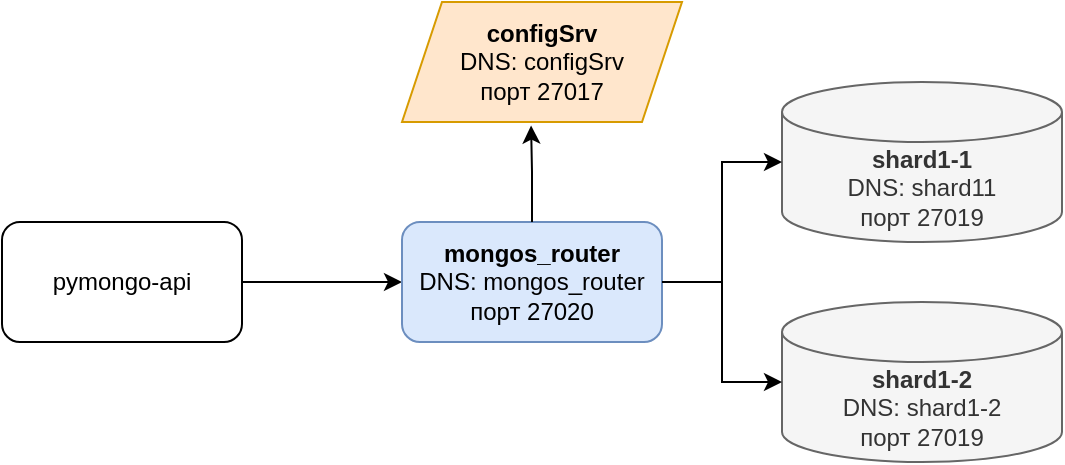
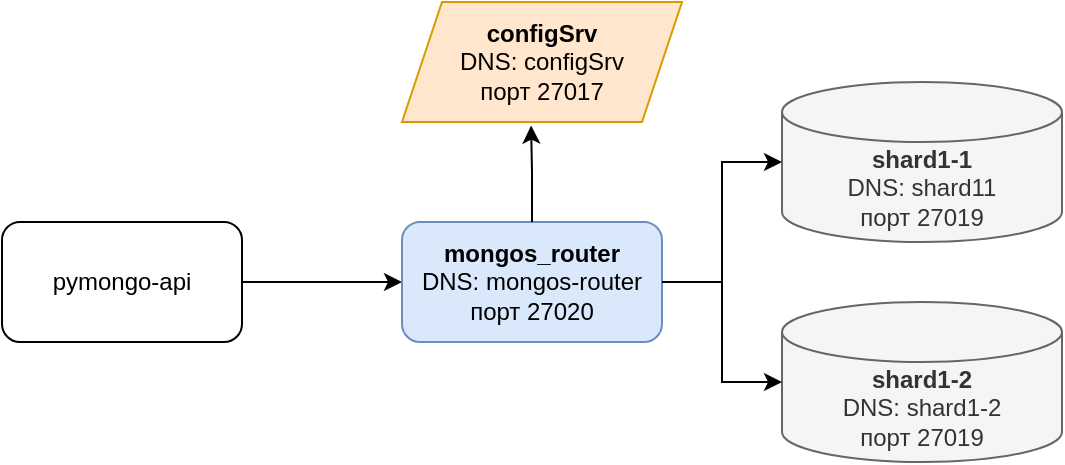
- <mxfile host="app.diagrams.net" agent="Mozilla/5.0 (Macintosh; Intel Mac OS X 10_15_7) AppleWebKit/537.36 (KHTML, like Gecko) draw.io/24.6.4 Chrome/124.0.6367.207 Electron/30.0.6 Safari/537.36">
-   <diagram name="Page-1" id="-H_mtQnk-PTXWXPvYvuk">
-     <mxGraphModel dx="959" dy="601" grid="1" gridSize="10" guides="1" tooltips="1" connect="1" arrows="1" fold="1" page="1" pageScale="1" pageWidth="1169" pageHeight="827" math="0" shadow="0">
-       <root>
-         <mxCell id="0" />
-         <mxCell id="1" parent="0" />
-         <mxCell id="zA23MoTUsTF4_91t8viU-3" parent="1" style="rounded=1;whiteSpace=wrap;html=1;labelBackgroundColor=none;" value="pymongo-api" vertex="1">
-           <mxGeometry height="60" width="120" x="360" y="320" as="geometry" />
-         </mxCell>
-         <mxCell id="zA23MoTUsTF4_91t8viU-4" edge="1" parent="1" source="zA23MoTUsTF4_91t8viU-3" style="edgeStyle=orthogonalEdgeStyle;rounded=0;orthogonalLoop=1;jettySize=auto;html=1;exitX=1;exitY=0.5;exitDx=0;exitDy=0;entryX=0;entryY=0.5;entryDx=0;entryDy=0;labelBackgroundColor=none;fontColor=default;" target="eBS_vQCZx7JN7miT-C1--2">
-           <mxGeometry relative="1" as="geometry">
-             <mxPoint x="560" y="320" as="targetPoint" />
-           </mxGeometry>
-         </mxCell>
-         <mxCell id="eBS_vQCZx7JN7miT-C1--2" parent="1" style="rounded=1;whiteSpace=wrap;html=1;labelBackgroundColor=none;fillColor=#dae8fc;strokeColor=#6c8ebf;" value="&lt;b&gt;mongos_router&lt;/b&gt;&lt;br&gt;DNS: mongos_router&lt;br&gt;порт 27020" vertex="1">
-           <mxGeometry height="60" width="130" x="560" y="320" as="geometry" />
-         </mxCell>
-         <mxCell id="eBS_vQCZx7JN7miT-C1--5" parent="1" style="shape=parallelogram;perimeter=parallelogramPerimeter;whiteSpace=wrap;html=1;fixedSize=1;labelBackgroundColor=none;fillColor=#ffe6cc;strokeColor=#d79b00;" value="&lt;b&gt;configSrv&lt;/b&gt;&lt;br&gt;DNS: configSrv&lt;br&gt;порт 27017" vertex="1">
-           <mxGeometry height="60" width="140" x="560" y="210" as="geometry" />
-         </mxCell>
-         <mxCell id="eBS_vQCZx7JN7miT-C1--6" edge="1" parent="1" source="eBS_vQCZx7JN7miT-C1--2" style="edgeStyle=orthogonalEdgeStyle;rounded=0;orthogonalLoop=1;jettySize=auto;html=1;entryX=0.461;entryY=1.03;entryDx=0;entryDy=0;entryPerimeter=0;labelBackgroundColor=none;fontColor=default;" target="eBS_vQCZx7JN7miT-C1--5">
-           <mxGeometry relative="1" as="geometry" />
-         </mxCell>
-         <mxCell id="eBS_vQCZx7JN7miT-C1--7" parent="1" style="shape=cylinder3;whiteSpace=wrap;html=1;boundedLbl=1;backgroundOutline=1;size=15;labelBackgroundColor=none;fillColor=#f5f5f5;fontColor=#333333;strokeColor=#666666;" value="&lt;b&gt;shard1-2&lt;br&gt;&lt;/b&gt;DNS: shard1-2&lt;br&gt;порт 27019" vertex="1">
-           <mxGeometry height="80" width="140" x="750" y="360" as="geometry" />
-         </mxCell>
-         <mxCell id="eBS_vQCZx7JN7miT-C1--8" parent="1" style="shape=cylinder3;whiteSpace=wrap;html=1;boundedLbl=1;backgroundOutline=1;size=15;labelBackgroundColor=none;fillColor=#f5f5f5;fontColor=#333333;strokeColor=#666666;" value="&lt;b&gt;shard1-1&lt;/b&gt;&lt;br&gt;DNS: shard11&lt;br&gt;порт 27019" vertex="1">
-           <mxGeometry height="80" width="140" x="750" y="250" as="geometry" />
-         </mxCell>
-         <mxCell id="eBS_vQCZx7JN7miT-C1--9" edge="1" parent="1" source="eBS_vQCZx7JN7miT-C1--2" style="edgeStyle=orthogonalEdgeStyle;rounded=0;orthogonalLoop=1;jettySize=auto;html=1;entryX=0;entryY=0.5;entryDx=0;entryDy=0;entryPerimeter=0;labelBackgroundColor=none;fontColor=default;" target="eBS_vQCZx7JN7miT-C1--8">
-           <mxGeometry relative="1" as="geometry" />
-         </mxCell>
-         <mxCell id="eBS_vQCZx7JN7miT-C1--10" edge="1" parent="1" source="eBS_vQCZx7JN7miT-C1--2" style="edgeStyle=orthogonalEdgeStyle;rounded=0;orthogonalLoop=1;jettySize=auto;html=1;exitX=1;exitY=0.5;exitDx=0;exitDy=0;entryX=0;entryY=0.5;entryDx=0;entryDy=0;entryPerimeter=0;labelBackgroundColor=none;fontColor=default;" target="eBS_vQCZx7JN7miT-C1--7">
-           <mxGeometry relative="1" as="geometry" />
-         </mxCell>
-       </root>
-     </mxGraphModel>
-   </diagram>
- </mxfile>
+ <mxfile host="65bd71144e">
+     <diagram name="Page-1" id="-H_mtQnk-PTXWXPvYvuk">
+         <mxGraphModel dx="187" dy="129" grid="1" gridSize="10" guides="1" tooltips="1" connect="1" arrows="1" fold="1" page="1" pageScale="1" pageWidth="1169" pageHeight="827" math="0" shadow="0">
+             <root>
+                 <mxCell id="0"/>
+                 <mxCell id="1" parent="0"/>
+                 <mxCell id="zA23MoTUsTF4_91t8viU-3" value="pymongo-api" style="rounded=1;whiteSpace=wrap;html=1;labelBackgroundColor=none;" parent="1" vertex="1">
+                     <mxGeometry x="360" y="320" width="120" height="60" as="geometry"/>
+                 </mxCell>
+                 <mxCell id="zA23MoTUsTF4_91t8viU-4" style="edgeStyle=orthogonalEdgeStyle;rounded=0;orthogonalLoop=1;jettySize=auto;html=1;exitX=1;exitY=0.5;exitDx=0;exitDy=0;entryX=0;entryY=0.5;entryDx=0;entryDy=0;labelBackgroundColor=none;fontColor=default;" parent="1" source="zA23MoTUsTF4_91t8viU-3" target="eBS_vQCZx7JN7miT-C1--2" edge="1">
+                     <mxGeometry relative="1" as="geometry">
+                         <mxPoint x="560" y="320" as="targetPoint"/>
+                     </mxGeometry>
+                 </mxCell>
+                 <mxCell id="eBS_vQCZx7JN7miT-C1--2" value="&lt;b&gt;mongos_router&lt;/b&gt;&lt;br&gt;DNS: mongos-router&lt;br&gt;порт 27020" style="rounded=1;whiteSpace=wrap;html=1;labelBackgroundColor=none;fillColor=#dae8fc;strokeColor=#6c8ebf;" parent="1" vertex="1">
+                     <mxGeometry x="560" y="320" width="130" height="60" as="geometry"/>
+                 </mxCell>
+                 <mxCell id="eBS_vQCZx7JN7miT-C1--5" value="&lt;b&gt;configSrv&lt;/b&gt;&lt;br&gt;DNS: configSrv&lt;br&gt;порт 27017" style="shape=parallelogram;perimeter=parallelogramPerimeter;whiteSpace=wrap;html=1;fixedSize=1;labelBackgroundColor=none;fillColor=#ffe6cc;strokeColor=#d79b00;" parent="1" vertex="1">
+                     <mxGeometry x="560" y="210" width="140" height="60" as="geometry"/>
+                 </mxCell>
+                 <mxCell id="eBS_vQCZx7JN7miT-C1--6" style="edgeStyle=orthogonalEdgeStyle;rounded=0;orthogonalLoop=1;jettySize=auto;html=1;entryX=0.461;entryY=1.03;entryDx=0;entryDy=0;entryPerimeter=0;labelBackgroundColor=none;fontColor=default;" parent="1" source="eBS_vQCZx7JN7miT-C1--2" target="eBS_vQCZx7JN7miT-C1--5" edge="1">
+                     <mxGeometry relative="1" as="geometry"/>
+                 </mxCell>
+                 <mxCell id="eBS_vQCZx7JN7miT-C1--7" value="&lt;b&gt;shard1-2&lt;br&gt;&lt;/b&gt;DNS: shard1-2&lt;br&gt;порт 27019" style="shape=cylinder3;whiteSpace=wrap;html=1;boundedLbl=1;backgroundOutline=1;size=15;labelBackgroundColor=none;fillColor=#f5f5f5;fontColor=#333333;strokeColor=#666666;" parent="1" vertex="1">
+                     <mxGeometry x="750" y="360" width="140" height="80" as="geometry"/>
+                 </mxCell>
+                 <mxCell id="eBS_vQCZx7JN7miT-C1--8" value="&lt;b&gt;shard1-1&lt;/b&gt;&lt;br&gt;DNS: shard11&lt;br&gt;порт 27019" style="shape=cylinder3;whiteSpace=wrap;html=1;boundedLbl=1;backgroundOutline=1;size=15;labelBackgroundColor=none;fillColor=#f5f5f5;fontColor=#333333;strokeColor=#666666;" parent="1" vertex="1">
+                     <mxGeometry x="750" y="250" width="140" height="80" as="geometry"/>
+                 </mxCell>
+                 <mxCell id="eBS_vQCZx7JN7miT-C1--9" style="edgeStyle=orthogonalEdgeStyle;rounded=0;orthogonalLoop=1;jettySize=auto;html=1;entryX=0;entryY=0.5;entryDx=0;entryDy=0;entryPerimeter=0;labelBackgroundColor=none;fontColor=default;" parent="1" source="eBS_vQCZx7JN7miT-C1--2" target="eBS_vQCZx7JN7miT-C1--8" edge="1">
+                     <mxGeometry relative="1" as="geometry"/>
+                 </mxCell>
+                 <mxCell id="eBS_vQCZx7JN7miT-C1--10" style="edgeStyle=orthogonalEdgeStyle;rounded=0;orthogonalLoop=1;jettySize=auto;html=1;exitX=1;exitY=0.5;exitDx=0;exitDy=0;entryX=0;entryY=0.5;entryDx=0;entryDy=0;entryPerimeter=0;labelBackgroundColor=none;fontColor=default;" parent="1" source="eBS_vQCZx7JN7miT-C1--2" target="eBS_vQCZx7JN7miT-C1--7" edge="1">
+                     <mxGeometry relative="1" as="geometry"/>
+                 </mxCell>
+             </root>
+         </mxGraphModel>
+     </diagram>
+ </mxfile>